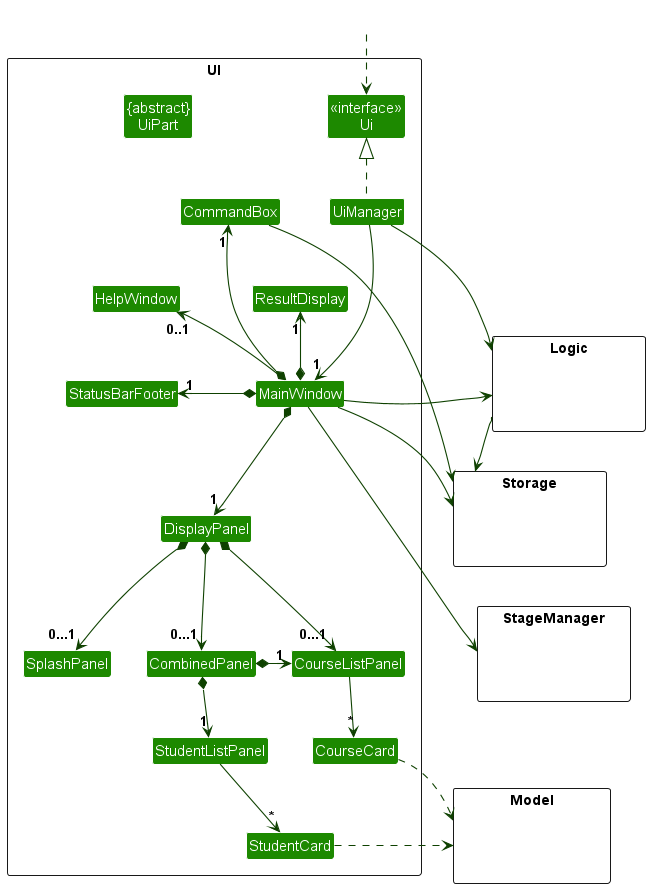
Above: docs/images/UiClassDiagram.png in tiongjjyi/tp (PlantUML), before the change.
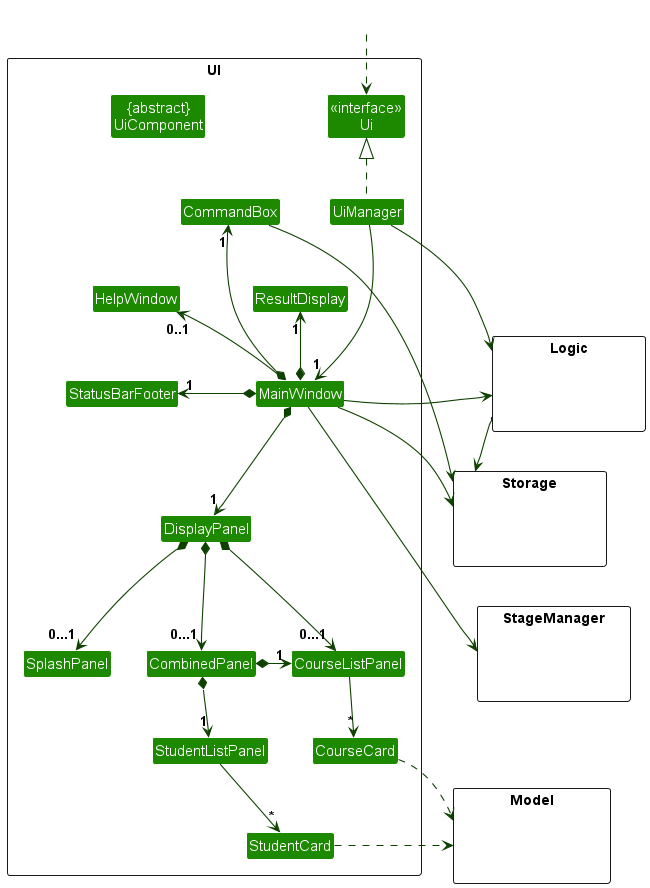
Later version of the same file.

Change to the diagram source:
```diff
@@ -6,7 +6,7 @@
 
 package UI <<Rectangle>>{
 Class "<<interface>>\nUi" as Ui
-Class "{abstract}\nUiPart" as UiPart
+Class "{abstract}\nUiComponent" as UiComponent
 Class UiManager
 Class MainWindow
 Class HelpWindow
```
